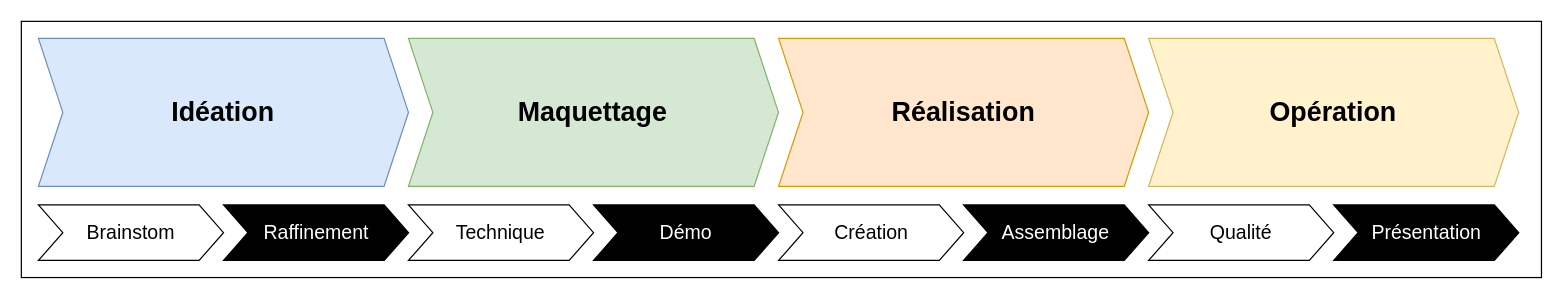
Before: production/etapes/etapes_processus_production.drawio in thomasfredericks/aide, a draw.io diagram. Source tidied: cells renumbered, new cells numbered last; positions are measured from the earlier drawing's top-left corner, leaving out a move shared by most shapes. Both pictures are drawn from the tidied source at 122%, with x=0, y=0 at pixel (21, 21).
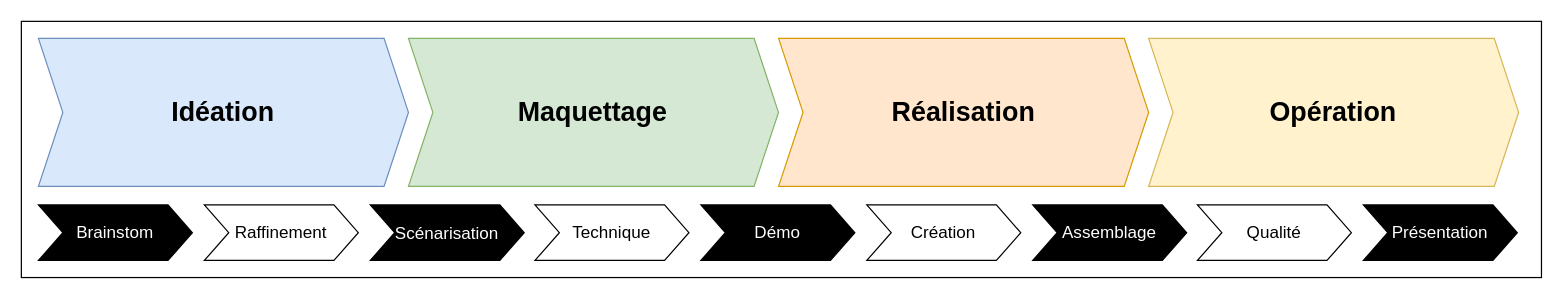
Above is the later version.

The edit, as a diff of the source:
```diff
@@
 <mxGraphModel>
   <root>
     <mxCell id="0" />
     <mxCell id="1" parent="0" />
-    <mxCell id="2" style="group;" parent="1" vertex="1">
-      <mxGeometry width="1246" height="210" as="geometry" />
-    </mxCell>
-    <mxCell id="3" style="rounded=0;whiteSpace=wrap;html=1;" parent="2" vertex="1">
+    <mxCell id="3" style="rounded=0;whiteSpace=wrap;html=1;" parent="1" vertex="1">
       <mxGeometry width="1246" height="210" as="geometry" />
     </mxCell>
-    <mxCell id="4" style="group;" parent="2" vertex="1">
-      <mxGeometry x="14" y="14" width="1213.4" height="182" as="geometry" />
-    </mxCell>
-    <mxCell id="5" style="group;fontSize=25;" parent="4" vertex="1">
-      <mxGeometry width="1213.4" height="154" as="geometry" />
-    </mxCell>
-    <mxCell id="6" value="Idéation" style="shape=step;perimeter=stepPerimeter;whiteSpace=wrap;html=1;fixedSize=1;fillColor=#dae8fc;strokeColor=#6c8ebf;fontStyle=1;fontSize=22;" parent="5" vertex="1">
-      <mxGeometry width="303.3" height="121.3" as="geometry" />
-    </mxCell>
-    <mxCell id="7" value="Maquettage" style="shape=step;perimeter=stepPerimeter;whiteSpace=wrap;html=1;fixedSize=1;fillColor=#d5e8d4;strokeColor=#82b366;fontStyle=1;fontSize=22;" parent="5" vertex="1">
-      <mxGeometry x="303.3" width="303.3" height="121.3" as="geometry" />
-    </mxCell>
-    <mxCell id="8" value="Réalisation" style="shape=step;perimeter=stepPerimeter;whiteSpace=wrap;html=1;fixedSize=1;fillColor=#ffe6cc;strokeColor=#d79b00;fontStyle=1;fontSize=22;" parent="5" vertex="1">
-      <mxGeometry x="606.7" width="303.3" height="121.3" as="geometry" />
-    </mxCell>
-    <mxCell id="9" value="Opération" style="shape=step;perimeter=stepPerimeter;whiteSpace=wrap;html=1;fixedSize=1;fillColor=#fff2cc;strokeColor=#d6b656;fontStyle=1;fontSize=22;" parent="5" vertex="1">
-      <mxGeometry x="910" width="303.3" height="121.3" as="geometry" />
-    </mxCell>
+    <mxCell id="16" value="Présentation" style="shape=step;perimeter=stepPerimeter;whiteSpace=wrap;html=1;fixedSize=1;fontSize=14;fontColor=#FFFFFF;fillColor=#000000;" parent="1" vertex="1">
+      <mxGeometry x="1100" y="150.5" width="126.2" height="45.5" as="geometry" />
+    </mxCell>
-    <mxCell id="10" value="Brainstom" style="shape=step;perimeter=stepPerimeter;whiteSpace=wrap;html=1;fixedSize=1;fontSize=16;" parent="4" vertex="1">
-      <mxGeometry y="136.5" width="151.7" height="45.5" as="geometry" />
+    <mxCell id="10" value="&lt;font&gt;Brainstom&lt;/font&gt;" style="shape=step;perimeter=stepPerimeter;whiteSpace=wrap;html=1;fixedSize=1;fontSize=14;fontColor=#FFFFFF;fillColor=#000000;" parent="1" vertex="1">
+      <mxGeometry x="14" y="150.5" width="126.2" height="45.5" as="geometry" />
     </mxCell>
-    <mxCell id="11" value="Raffinement" style="shape=step;perimeter=stepPerimeter;whiteSpace=wrap;html=1;fixedSize=1;fontSize=16;fontColor=#FFFFFF;fillColor=#000000;" parent="4" vertex="1">
-      <mxGeometry x="151.7" y="136.5" width="151.7" height="45.5" as="geometry" />
+    <mxCell id="11" value="Raffinement" style="shape=step;perimeter=stepPerimeter;whiteSpace=wrap;html=1;fixedSize=1;fontSize=14;fontColor=#000000;fillColor=#FFFFFF;" parent="1" vertex="1">
+      <mxGeometry x="150" y="150.5" width="126.2" height="45.5" as="geometry" />
     </mxCell>
-    <mxCell id="12" value="Démo" style="shape=step;perimeter=stepPerimeter;whiteSpace=wrap;html=1;fixedSize=1;fontSize=16;fontColor=#FFFFFF;fillColor=#000000;" parent="4" vertex="1">
-      <mxGeometry x="455" y="136.5" width="151.7" height="45.5" as="geometry" />
+    <mxCell id="12" value="Démo" style="shape=step;perimeter=stepPerimeter;whiteSpace=wrap;html=1;fixedSize=1;fontSize=14;fontColor=#FFFFFF;fillColor=#000000;" parent="1" vertex="1">
+      <mxGeometry x="557" y="150.5" width="126.2" height="45.5" as="geometry" />
     </mxCell>
-    <mxCell id="13" value="Technique" style="shape=step;perimeter=stepPerimeter;whiteSpace=wrap;html=1;fixedSize=1;fontSize=16;" parent="4" vertex="1">
-      <mxGeometry x="303.3" y="136.5" width="151.7" height="45.5" as="geometry" />
+    <mxCell id="13" value="Technique" style="shape=step;perimeter=stepPerimeter;whiteSpace=wrap;html=1;fixedSize=1;fontSize=14;fontColor=#000000;fillColor=#FFFFFF;" parent="1" vertex="1">
+      <mxGeometry x="421" y="150.5" width="126.2" height="45.5" as="geometry" />
     </mxCell>
-    <mxCell id="14" value="Assemblage" style="shape=step;perimeter=stepPerimeter;whiteSpace=wrap;html=1;fixedSize=1;fontSize=16;fontColor=#FFFFFF;fillColor=#000000;" parent="4" vertex="1">
-      <mxGeometry x="758.3" y="136.5" width="151.7" height="45.5" as="geometry" />
+    <mxCell id="14" value="Assemblage" style="shape=step;perimeter=stepPerimeter;whiteSpace=wrap;html=1;fixedSize=1;fontSize=14;fontColor=#FFFFFF;fillColor=#000000;" parent="1" vertex="1">
+      <mxGeometry x="829" y="150.5" width="126.2" height="45.5" as="geometry" />
     </mxCell>
-    <mxCell id="15" value="Création" style="shape=step;perimeter=stepPerimeter;whiteSpace=wrap;html=1;fixedSize=1;fontSize=16;" parent="4" vertex="1">
-      <mxGeometry x="606.7" y="136.5" width="151.7" height="45.5" as="geometry" />
+    <mxCell id="15" value="Création" style="shape=step;perimeter=stepPerimeter;whiteSpace=wrap;html=1;fixedSize=1;fontSize=14;fontColor=#000000;fillColor=#FFFFFF;" parent="1" vertex="1">
+      <mxGeometry x="693" y="150.5" width="126.2" height="45.5" as="geometry" />
     </mxCell>
-    <mxCell id="16" value="Présentation" style="shape=step;perimeter=stepPerimeter;whiteSpace=wrap;html=1;fixedSize=1;fontSize=16;fontColor=#FFFFFF;fillColor=#000000;" parent="4" vertex="1">
-      <mxGeometry x="1061.7" y="136.5" width="151.7" height="45.5" as="geometry" />
-    </mxCell>
-    <mxCell id="17" value="Qualité" style="shape=step;perimeter=stepPerimeter;whiteSpace=wrap;html=1;fixedSize=1;fontSize=16;" parent="4" vertex="1">
-      <mxGeometry x="910" y="136.5" width="151.7" height="45.5" as="geometry" />
+    <mxCell id="17" value="Qualité" style="shape=step;perimeter=stepPerimeter;whiteSpace=wrap;html=1;fixedSize=1;fontSize=14;fontColor=#000000;fillColor=#FFFFFF;" parent="1" vertex="1">
+      <mxGeometry x="964" y="150.5" width="126.2" height="45.5" as="geometry" />
     </mxCell>
+    <mxCell id="6" value="Idéation" style="shape=step;perimeter=stepPerimeter;whiteSpace=wrap;html=1;fixedSize=1;fillColor=#dae8fc;strokeColor=#6c8ebf;fontStyle=1;fontSize=22;" parent="1" vertex="1">
+      <mxGeometry x="14" y="14" width="303.3" height="121.3" as="geometry" />
+    </mxCell>
+    <mxCell id="7" value="Maquettage" style="shape=step;perimeter=stepPerimeter;whiteSpace=wrap;html=1;fixedSize=1;fillColor=#d5e8d4;strokeColor=#82b366;fontStyle=1;fontSize=22;" parent="1" vertex="1">
+      <mxGeometry x="317.3" y="14" width="303.3" height="121.3" as="geometry" />
+    </mxCell>
+    <mxCell id="8" value="Réalisation" style="shape=step;perimeter=stepPerimeter;whiteSpace=wrap;html=1;fixedSize=1;fillColor=#ffe6cc;strokeColor=#d79b00;fontStyle=1;fontSize=22;" parent="1" vertex="1">
+      <mxGeometry x="620.7" y="14" width="303.3" height="121.3" as="geometry" />
+    </mxCell>
+    <mxCell id="9" value="Opération" style="shape=step;perimeter=stepPerimeter;whiteSpace=wrap;html=1;fixedSize=1;fillColor=#fff2cc;strokeColor=#d6b656;fontStyle=1;fontSize=22;" parent="1" vertex="1">
+      <mxGeometry x="924" y="14" width="303.3" height="121.3" as="geometry" />
+    </mxCell>
+    <mxCell id="18" value="&lt;font style=&quot;font-size: 14px;&quot;&gt;Scénarisation&lt;/font&gt;" style="shape=step;perimeter=stepPerimeter;whiteSpace=wrap;html=1;fixedSize=1;fontSize=15;fontColor=#FFFFFF;fillColor=#000000;" parent="1" vertex="1">
+      <mxGeometry x="286" y="150.5" width="126.2" height="45.5" as="geometry" />
+    </mxCell>
   </root>
 </mxGraphModel>
```
